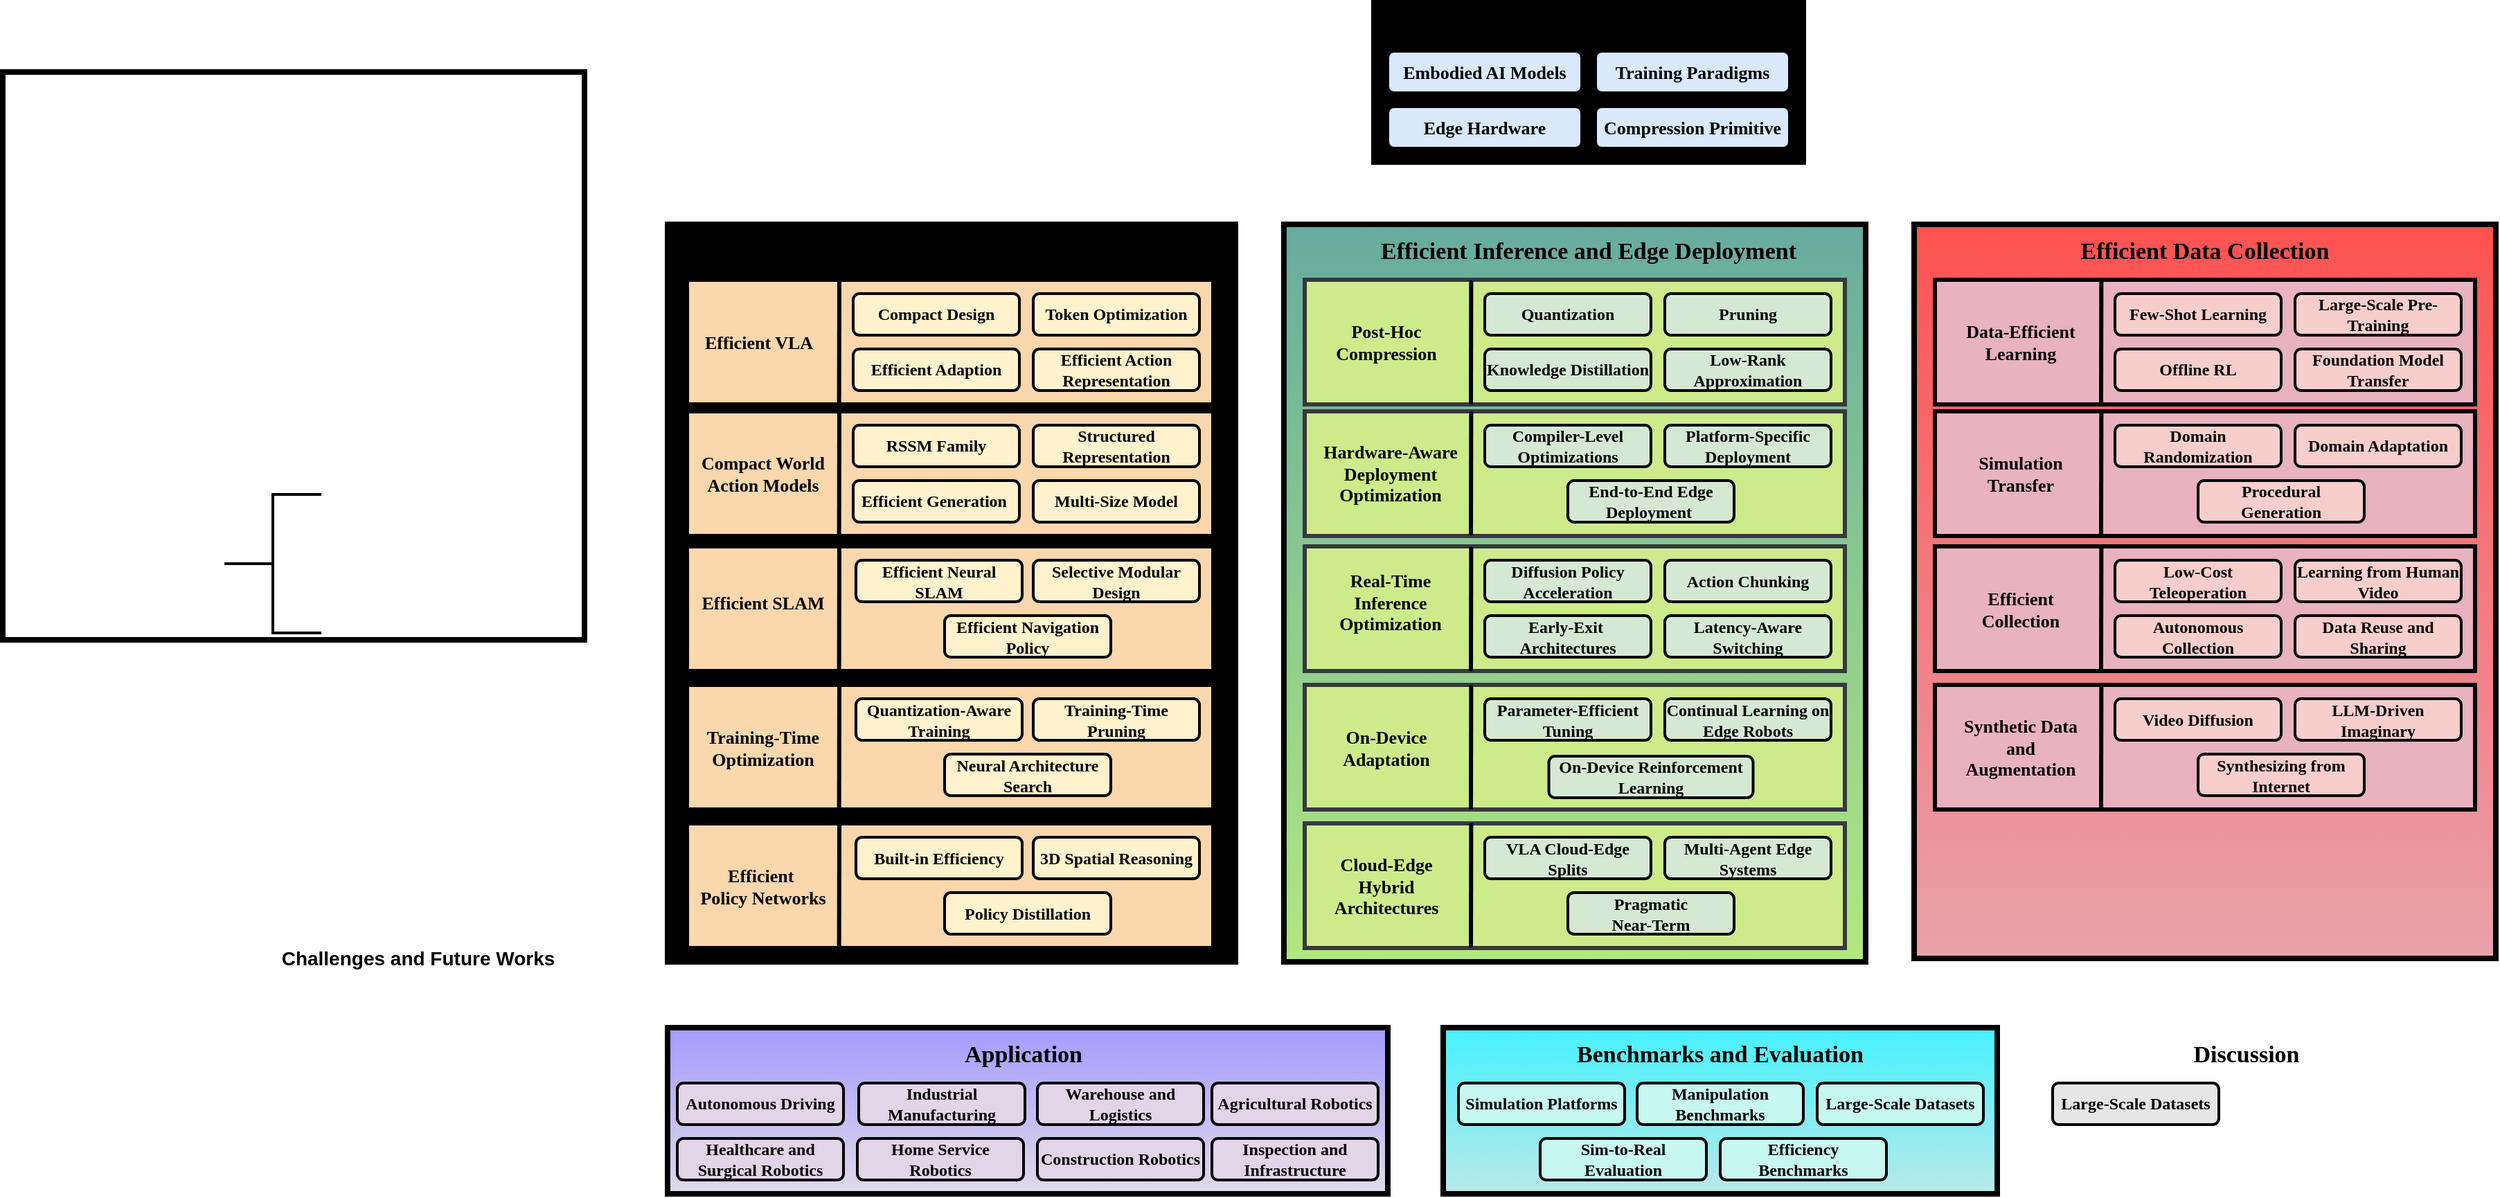
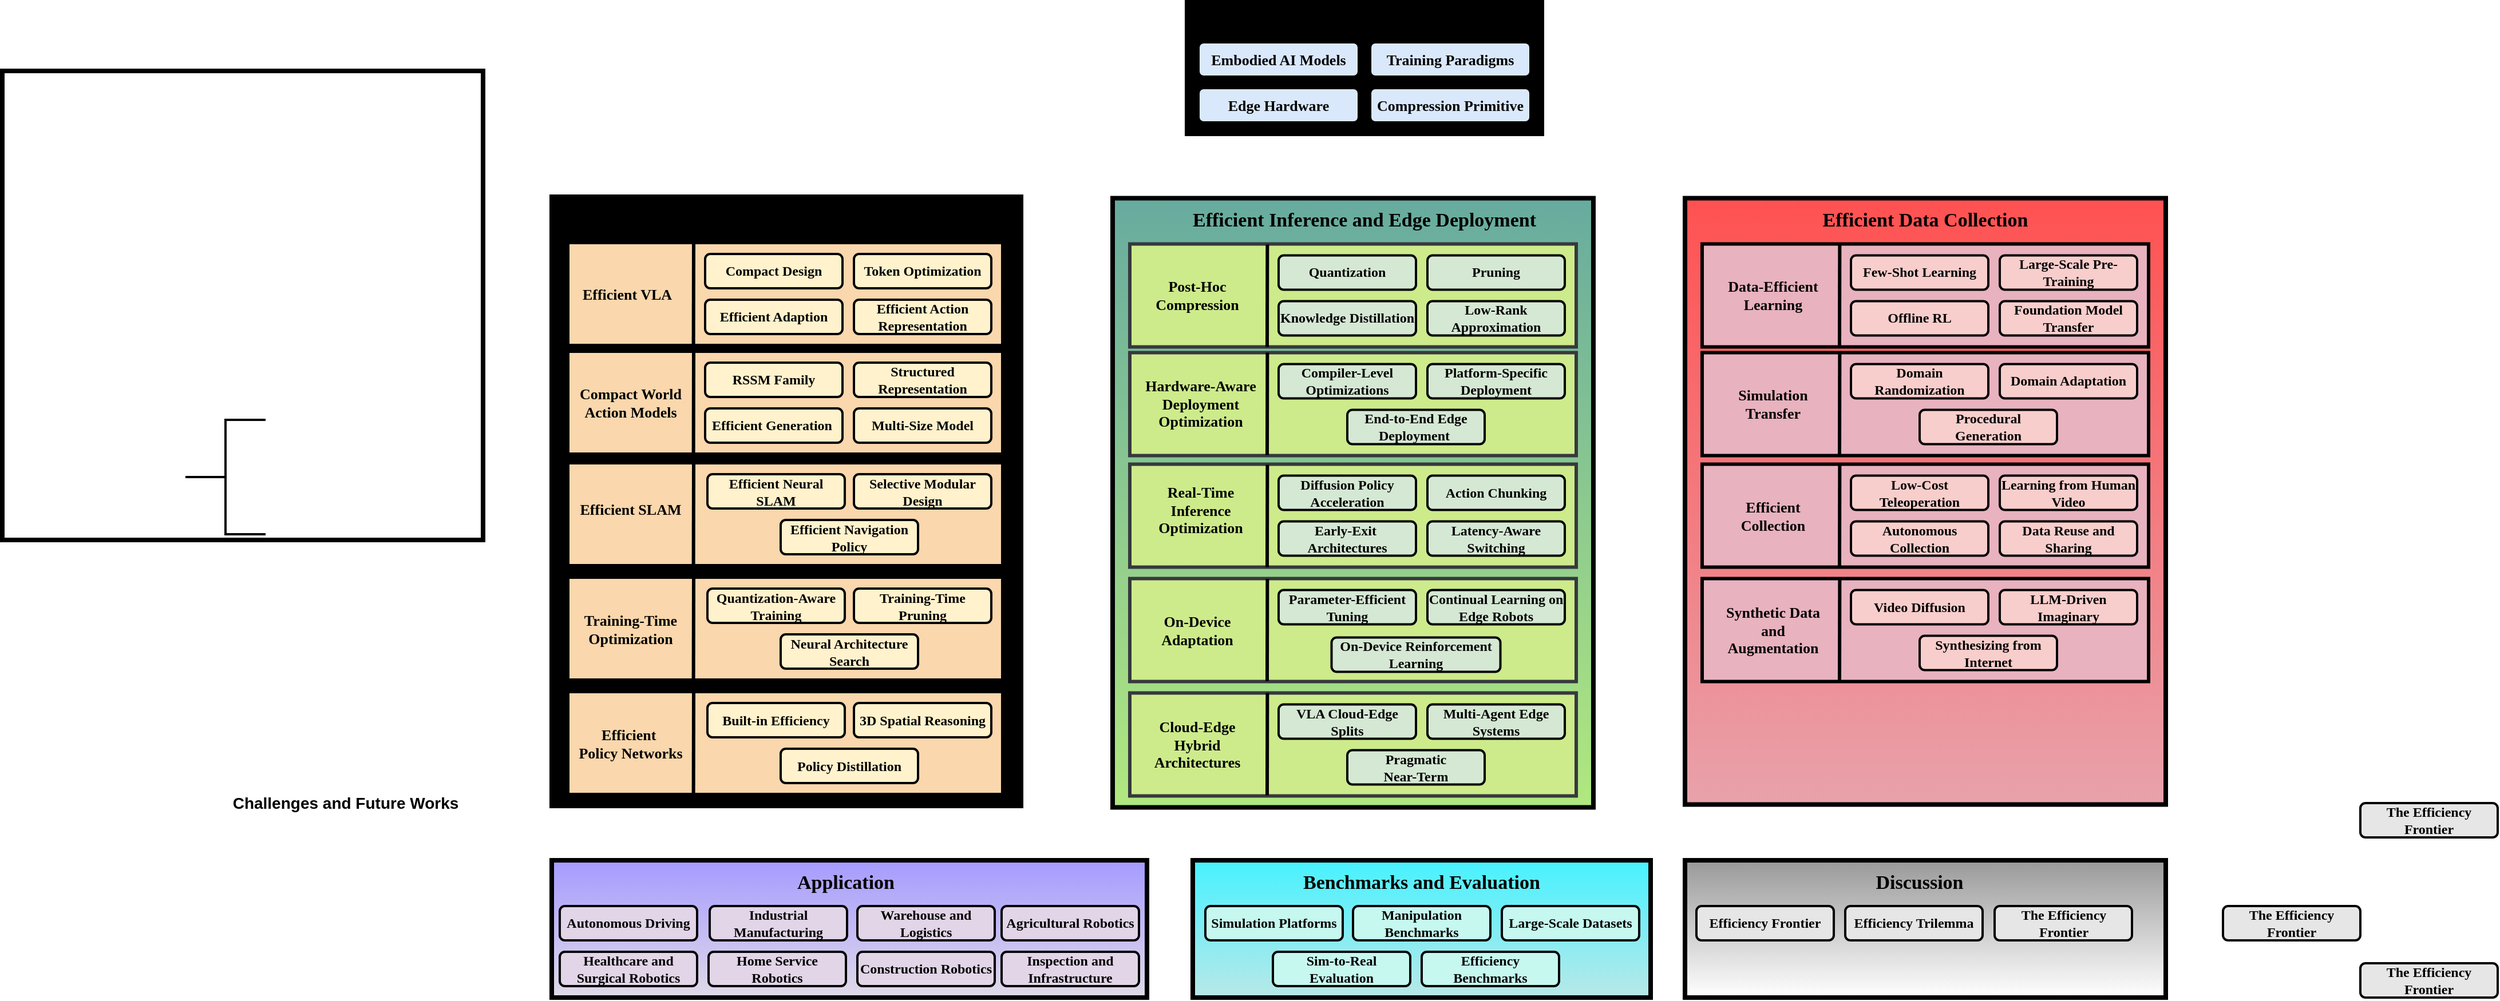
<mxfile host="app.diagrams.net">
  <diagram name="第 1 页" id="xv9Lnx2gyYwYQaEzt8dN">
    <mxGraphModel dx="2755" dy="985" grid="1" gridSize="10" guides="1" tooltips="1" connect="1" arrows="1" fold="1" page="1" pageScale="1" pageWidth="827" pageHeight="1169" math="0" shadow="0">
      <root>
        <mxCell id="0" />
        <mxCell id="1" parent="0" />
+         <mxCell id="HWx69ffex-x17Lno-qGl-84" parent="1" style="rounded=0;whiteSpace=wrap;html=1;strokeWidth=4;container=0;fillColor=#999999;gradientColor=#FFFFFF;strokeColor=#000000;" value="" vertex="1">
+           <mxGeometry height="120" width="420" x="850" y="780" as="geometry" />
+         </mxCell>
        <mxCell id="HWx69ffex-x17Lno-qGl-78" parent="1" style="rounded=0;whiteSpace=wrap;html=1;strokeWidth=4;container=0;fillColor=#47F2FF;gradientColor=#B9E8E8;strokeColor=#000000;" value="" vertex="1">
          <mxGeometry height="120" width="400" x="420" y="780" as="geometry" />
        </mxCell>
        <mxCell id="HWx69ffex-x17Lno-qGl-71" parent="1" style="rounded=0;whiteSpace=wrap;html=1;strokeWidth=4;container=0;fillColor=#A59BFF;gradientColor=#E0DAE8;strokeColor=#000000;" value="" vertex="1">
          <mxGeometry height="120" width="520" x="-140" y="780" as="geometry" />
        </mxCell>
        <mxCell id="HWx69ffex-x17Lno-qGl-58" parent="1" style="rounded=0;whiteSpace=wrap;html=1;strokeWidth=4;container=0;fillColor=#FF5151;gradientColor=#E8A2AB;strokeColor=#000000;" value="" vertex="1">
-           <mxGeometry height="530" width="420" x="760" y="200" as="geometry" />
+           <mxGeometry height="530" width="420" x="850" y="201.25" as="geometry" />
        </mxCell>
        <mxCell id="HWx69ffex-x17Lno-qGl-20" parent="1" style="rounded=0;whiteSpace=wrap;html=1;strokeWidth=4;container=0;fillColor=#67AB9F;gradientColor=#B1E87F;strokeColor=#000000;" value="" vertex="1">
-           <mxGeometry height="532.5" width="420" x="305" y="200" as="geometry" />
+           <mxGeometry height="532.5" width="420" x="350" y="201.25" as="geometry" />
        </mxCell>
        <mxCell id="P4z1W6zyqtdSm3awDH87-88" parent="1" style="rounded=0;whiteSpace=wrap;html=1;strokeWidth=4;" value="" vertex="1">
          <mxGeometry height="410" width="420" x="-620" y="90" as="geometry" />
        </mxCell>
        <mxCell id="mN9CjeCU7Y2PogCVv73L-14" parent="1" style="text;html=1;whiteSpace=wrap;strokeColor=none;fillColor=none;align=center;verticalAlign=middle;rounded=0;" value="&lt;font style=&quot;font-size: 17px;&quot; face=&quot;Comic Sans MS&quot;&gt;&lt;b style=&quot;&quot;&gt;Application&lt;/b&gt;&lt;/font&gt;" vertex="1">
          <mxGeometry height="20" width="260" x="-13" y="790" as="geometry" />
        </mxCell>
        <mxCell id="mN9CjeCU7Y2PogCVv73L-15" parent="1" style="text;html=1;whiteSpace=wrap;strokeColor=none;fillColor=none;align=center;verticalAlign=middle;rounded=0;" value="&lt;font style=&quot;font-size: 17px;&quot; face=&quot;Comic Sans MS&quot;&gt;&lt;b style=&quot;&quot;&gt;Benchmarks and Evaluation&lt;/b&gt;&lt;/font&gt;" vertex="1">
          <mxGeometry height="20" width="260" x="490" y="790" as="geometry" />
        </mxCell>
        <mxCell id="mN9CjeCU7Y2PogCVv73L-16" parent="1" style="text;html=1;whiteSpace=wrap;strokeColor=none;fillColor=none;align=center;verticalAlign=middle;rounded=0;" value="&lt;font face=&quot;Helvetica&quot; style=&quot;font-size: 14px;&quot;&gt;&lt;b style=&quot;&quot;&gt;Challenges and Future Works&lt;/b&gt;&lt;/font&gt;" vertex="1">
          <mxGeometry height="20" width="260" x="-450" y="720" as="geometry" />
        </mxCell>
        <mxCell id="mN9CjeCU7Y2PogCVv73L-17" parent="1" style="text;html=1;whiteSpace=wrap;strokeColor=none;fillColor=none;align=center;verticalAlign=middle;rounded=0;" value="&lt;font style=&quot;font-size: 17px;&quot; face=&quot;Comic Sans MS&quot;&gt;&lt;b style=&quot;&quot;&gt;Discussion&lt;/b&gt;&lt;/font&gt;" vertex="1">
-           <mxGeometry height="20" width="260" x="870" y="790" as="geometry" />
+           <mxGeometry height="20" width="260" x="925" y="790" as="geometry" />
        </mxCell>
        <mxCell id="mN9CjeCU7Y2PogCVv73L-18" parent="1" style="strokeWidth=2;html=1;shape=mxgraph.flowchart.annotation_2;align=left;labelPosition=right;pointerEvents=1;" value="" vertex="1">
          <mxGeometry height="100" width="70" x="-460" y="395" as="geometry" />
        </mxCell>
        <mxCell id="P4z1W6zyqtdSm3awDH87-52" connectable="0" parent="1" style="group;strokeColor=#000000;fillColor=#dae8fc;gradientColor=#7ea6e0;container=0;" value="" vertex="1">
-           <mxGeometry height="115" width="310" x="370" y="40" as="geometry" />
+           <mxGeometry height="115" width="310" x="415" y="30" as="geometry" />
        </mxCell>
        <mxCell id="P4z1W6zyqtdSm3awDH87-90" parent="1" style="rounded=0;whiteSpace=wrap;html=1;strokeWidth=3;fillColor=#cdeb8b;strokeColor=#36393d;" value="" vertex="1">
-           <mxGeometry height="90" width="390" x="320" y="240" as="geometry" />
+           <mxGeometry height="90" width="390" x="365" y="241.25" as="geometry" />
        </mxCell>
        <mxCell id="P4z1W6zyqtdSm3awDH87-91" edge="1" parent="1" style="endArrow=none;html=1;rounded=0;strokeWidth=3;entryX=0.289;entryY=0.995;entryDx=0;entryDy=0;entryPerimeter=0;" value="">
          <mxGeometry height="50" relative="1" width="50" as="geometry">
-             <mxPoint x="440.17999999999995" y="240.45" as="sourcePoint" />
-             <mxPoint x="439.9999999999999" y="330.00000000000006" as="targetPoint" />
+             <mxPoint x="485.17999999999995" y="241.7" as="sourcePoint" />
+             <mxPoint x="484.9999999999999" y="331.25000000000006" as="targetPoint" />
          </mxGeometry>
        </mxCell>
        <mxCell id="P4z1W6zyqtdSm3awDH87-11" parent="1" style="rounded=0;whiteSpace=wrap;html=1;strokeWidth=4;container=0;fillColor=light-dark(#e0ae0b, #6a3f00);gradientColor=light-dark(#FFE599,#B07303);strokeColor=#000000;" value="" vertex="1">
          <mxGeometry height="532.5" width="410" x="-140" y="200" as="geometry" />
        </mxCell>
        <mxCell id="P4z1W6zyqtdSm3awDH87-29" parent="1" style="rounded=0;whiteSpace=wrap;html=1;strokeWidth=3;container=0;fillColor=#fad7ac;strokeColor=#000000;" value="" vertex="1">
          <mxGeometry height="90" width="380" x="-126" y="240" as="geometry" />
        </mxCell>
        <mxCell id="mN9CjeCU7Y2PogCVv73L-10" parent="1" style="text;html=1;whiteSpace=wrap;strokeColor=none;fillColor=none;align=center;verticalAlign=middle;rounded=0;container=0;" value="&lt;font style=&quot;font-size: 17px;&quot; face=&quot;Comic Sans MS&quot;&gt;&lt;b style=&quot;&quot;&gt;Efficient Model Design&lt;/b&gt;&lt;/font&gt;" vertex="1">
          <mxGeometry height="20" width="200" x="-35" y="210" as="geometry" />
        </mxCell>
        <mxCell id="mN9CjeCU7Y2PogCVv73L-22" parent="1" style="rounded=1;whiteSpace=wrap;html=1;strokeWidth=2;container=0;fillColor=#fff2cc;strokeColor=#000000;" value="&lt;b&gt;&lt;font face=&quot;Comic Sans MS&quot;&gt;Compact Design&lt;/font&gt;&lt;/b&gt;" vertex="1">
          <mxGeometry height="30" width="120" x="-6" y="250" as="geometry" />
        </mxCell>
        <mxCell id="mN9CjeCU7Y2PogCVv73L-23" parent="1" style="rounded=1;whiteSpace=wrap;html=1;strokeWidth=2;container=0;fillColor=#fff2cc;strokeColor=#000000;" value="&lt;b&gt;&lt;font face=&quot;Comic Sans MS&quot;&gt;Efficient Adaption&lt;/font&gt;&lt;/b&gt;" vertex="1">
          <mxGeometry height="30" width="120" x="-6" y="290" as="geometry" />
        </mxCell>
        <mxCell id="mN9CjeCU7Y2PogCVv73L-24" parent="1" style="rounded=1;whiteSpace=wrap;html=1;strokeWidth=2;container=0;fillColor=#fff2cc;strokeColor=#000000;" value="&lt;font face=&quot;Comic Sans MS&quot;&gt;&lt;b&gt;Efficient Action Representation&lt;/b&gt;&lt;/font&gt;" vertex="1">
          <mxGeometry height="30" width="120" x="124" y="290" as="geometry" />
        </mxCell>
        <mxCell id="mN9CjeCU7Y2PogCVv73L-26" parent="1" style="rounded=1;whiteSpace=wrap;html=1;strokeWidth=2;container=0;fillColor=#fff2cc;strokeColor=#000000;" value="&lt;b&gt;&lt;font face=&quot;Comic Sans MS&quot;&gt;Token Optimization&lt;/font&gt;&lt;/b&gt;" vertex="1">
          <mxGeometry height="30" width="120" x="124" y="250" as="geometry" />
        </mxCell>
        <mxCell id="P4z1W6zyqtdSm3awDH87-30" parent="1" style="text;html=1;whiteSpace=wrap;strokeColor=none;fillColor=none;align=center;verticalAlign=middle;rounded=0;container=0;" value="&lt;b style=&quot;font-size: 13px;&quot;&gt;&lt;font face=&quot;Comic Sans MS&quot;&gt;Efficient VLA&lt;/font&gt;&lt;/b&gt;" vertex="1">
          <mxGeometry height="20" width="104" x="-126" y="275" as="geometry" />
        </mxCell>
        <mxCell id="P4z1W6zyqtdSm3awDH87-31" edge="1" parent="1" style="endArrow=none;html=1;rounded=0;strokeWidth=3;entryX=0.289;entryY=0.995;entryDx=0;entryDy=0;entryPerimeter=0;" target="P4z1W6zyqtdSm3awDH87-29" value="">
          <mxGeometry height="50" relative="1" width="50" as="geometry">
            <mxPoint x="-16" y="240" as="sourcePoint" />
            <mxPoint x="-16" y="280" as="targetPoint" />
          </mxGeometry>
        </mxCell>
        <mxCell id="P4z1W6zyqtdSm3awDH87-32" parent="1" style="rounded=0;whiteSpace=wrap;html=1;strokeWidth=3;container=0;fillColor=#fad7ac;strokeColor=#000000;" value="" vertex="1">
          <mxGeometry height="90" width="380" x="-126" y="335" as="geometry" />
        </mxCell>
        <mxCell id="P4z1W6zyqtdSm3awDH87-33" edge="1" parent="1" style="endArrow=none;html=1;rounded=0;strokeWidth=3;entryX=0.289;entryY=0.995;entryDx=0;entryDy=0;entryPerimeter=0;" target="P4z1W6zyqtdSm3awDH87-32" value="">
          <mxGeometry height="50" relative="1" width="50" as="geometry">
            <mxPoint x="-16" y="335" as="sourcePoint" />
            <mxPoint x="-16" y="375" as="targetPoint" />
          </mxGeometry>
        </mxCell>
        <mxCell id="P4z1W6zyqtdSm3awDH87-34" parent="1" style="text;html=1;whiteSpace=wrap;strokeColor=none;fillColor=none;align=center;verticalAlign=middle;rounded=0;container=0;" value="&lt;b style=&quot;font-size: 13px;&quot;&gt;&lt;font face=&quot;Comic Sans MS&quot;&gt;Compact World Action Models&lt;/font&gt;&lt;/b&gt;" vertex="1">
          <mxGeometry height="20" width="114" x="-128" y="370" as="geometry" />
        </mxCell>
        <mxCell id="mN9CjeCU7Y2PogCVv73L-30" parent="1" style="rounded=1;whiteSpace=wrap;html=1;strokeWidth=2;container=0;fillColor=#fff2cc;strokeColor=#000000;" value="&lt;b&gt;&lt;font face=&quot;Comic Sans MS&quot;&gt;RSSM Family&lt;/font&gt;&lt;/b&gt;" vertex="1">
          <mxGeometry height="30" width="120" x="-6" y="345" as="geometry" />
        </mxCell>
        <mxCell id="mN9CjeCU7Y2PogCVv73L-32" parent="1" style="rounded=1;whiteSpace=wrap;html=1;strokeWidth=2;container=0;fillColor=#fff2cc;strokeColor=#000000;" value="&lt;font face=&quot;Comic Sans MS&quot;&gt;&lt;b&gt;Efficient Generation&amp;nbsp;&lt;/b&gt;&lt;/font&gt;" vertex="1">
          <mxGeometry height="30" width="120" x="-6" y="385" as="geometry" />
        </mxCell>
        <mxCell id="mN9CjeCU7Y2PogCVv73L-33" parent="1" style="rounded=1;whiteSpace=wrap;html=1;strokeWidth=2;container=0;fillColor=#fff2cc;strokeColor=#000000;" value="&lt;b&gt;&lt;font face=&quot;Comic Sans MS&quot;&gt;Structured Representation&lt;/font&gt;&lt;/b&gt;" vertex="1">
          <mxGeometry height="30" width="120" x="124" y="345" as="geometry" />
        </mxCell>
        <mxCell id="P4z1W6zyqtdSm3awDH87-36" parent="1" style="rounded=1;whiteSpace=wrap;html=1;strokeWidth=2;container=0;fillColor=#fff2cc;strokeColor=#000000;" value="&lt;b&gt;&lt;font face=&quot;Comic Sans MS&quot;&gt;Multi-Size Model&lt;/font&gt;&lt;/b&gt;" vertex="1">
          <mxGeometry height="30" width="120" x="124" y="385" as="geometry" />
        </mxCell>
        <mxCell id="P4z1W6zyqtdSm3awDH87-37" parent="1" style="rounded=0;whiteSpace=wrap;html=1;strokeWidth=3;container=0;fillColor=#fad7ac;strokeColor=#000000;" value="" vertex="1">
          <mxGeometry height="90" width="380" x="-126" y="432.5" as="geometry" />
        </mxCell>
        <mxCell id="P4z1W6zyqtdSm3awDH87-38" edge="1" parent="1" style="endArrow=none;html=1;rounded=0;strokeWidth=3;entryX=0.289;entryY=0.995;entryDx=0;entryDy=0;entryPerimeter=0;" target="P4z1W6zyqtdSm3awDH87-37" value="">
          <mxGeometry height="50" relative="1" width="50" as="geometry">
            <mxPoint x="-16" y="432.5" as="sourcePoint" />
            <mxPoint x="-16" y="472.5" as="targetPoint" />
          </mxGeometry>
        </mxCell>
        <mxCell id="P4z1W6zyqtdSm3awDH87-44" parent="1" style="text;html=1;whiteSpace=wrap;strokeColor=none;fillColor=none;align=center;verticalAlign=middle;rounded=0;container=0;" value="&lt;b style=&quot;font-size: 13px;&quot;&gt;&lt;font face=&quot;Comic Sans MS&quot;&gt;Efficient SLAM&lt;/font&gt;&lt;/b&gt;" vertex="1">
          <mxGeometry height="20" width="114" x="-128" y="462.5" as="geometry" />
        </mxCell>
        <mxCell id="P4z1W6zyqtdSm3awDH87-19" parent="1" style="rounded=1;whiteSpace=wrap;html=1;strokeWidth=2;container=0;fillColor=#fff2cc;strokeColor=#000000;" value="&lt;b&gt;&lt;font face=&quot;Comic Sans MS&quot;&gt;Efficient Neural SLAM&lt;/font&gt;&lt;/b&gt;" vertex="1">
          <mxGeometry height="30" width="120" x="-4" y="442.5" as="geometry" />
        </mxCell>
        <mxCell id="P4z1W6zyqtdSm3awDH87-20" parent="1" style="rounded=1;whiteSpace=wrap;html=1;strokeWidth=2;container=0;fillColor=#fff2cc;strokeColor=#000000;" value="&lt;font face=&quot;Comic Sans MS&quot;&gt;&lt;b&gt;Selective Modular Design&lt;/b&gt;&lt;/font&gt;" vertex="1">
          <mxGeometry height="30" width="120" x="124" y="442.5" as="geometry" />
        </mxCell>
        <mxCell id="P4z1W6zyqtdSm3awDH87-21" parent="1" style="rounded=1;whiteSpace=wrap;html=1;strokeWidth=2;container=0;fillColor=#fff2cc;strokeColor=#000000;" value="&lt;font face=&quot;Comic Sans MS&quot;&gt;&lt;b&gt;Efficient Navigation Policy&lt;/b&gt;&lt;/font&gt;" vertex="1">
          <mxGeometry height="30" width="120" x="60" y="482.5" as="geometry" />
        </mxCell>
        <mxCell id="P4z1W6zyqtdSm3awDH87-45" parent="1" style="rounded=0;whiteSpace=wrap;html=1;strokeWidth=3;container=0;fillColor=#fad7ac;strokeColor=#000000;" value="" vertex="1">
          <mxGeometry height="90" width="380" x="-126" y="632.5" as="geometry" />
        </mxCell>
        <mxCell id="P4z1W6zyqtdSm3awDH87-46" edge="1" parent="1" style="endArrow=none;html=1;rounded=0;strokeWidth=3;entryX=0.289;entryY=0.995;entryDx=0;entryDy=0;entryPerimeter=0;" target="P4z1W6zyqtdSm3awDH87-45" value="">
          <mxGeometry height="50" relative="1" width="50" as="geometry">
            <mxPoint x="-16" y="632.5" as="sourcePoint" />
            <mxPoint x="-16" y="672.5" as="targetPoint" />
          </mxGeometry>
        </mxCell>
        <mxCell id="P4z1W6zyqtdSm3awDH87-47" parent="1" style="rounded=0;whiteSpace=wrap;html=1;strokeWidth=3;container=0;fillColor=#fad7ac;strokeColor=#000000;" value="" vertex="1">
          <mxGeometry height="90" width="380" x="-126" y="532.5" as="geometry" />
        </mxCell>
        <mxCell id="P4z1W6zyqtdSm3awDH87-48" edge="1" parent="1" style="endArrow=none;html=1;rounded=0;strokeWidth=3;entryX=0.289;entryY=0.995;entryDx=0;entryDy=0;entryPerimeter=0;" target="P4z1W6zyqtdSm3awDH87-47" value="">
          <mxGeometry height="50" relative="1" width="50" as="geometry">
            <mxPoint x="-16" y="532.5" as="sourcePoint" />
            <mxPoint x="-16" y="572.5" as="targetPoint" />
          </mxGeometry>
        </mxCell>
        <mxCell id="P4z1W6zyqtdSm3awDH87-25" parent="1" style="rounded=1;whiteSpace=wrap;html=1;strokeWidth=2;container=0;fillColor=#fff2cc;strokeColor=#000000;" value="&lt;font face=&quot;Comic Sans MS&quot;&gt;&lt;b&gt;Quantization-Aware Training&lt;/b&gt;&lt;/font&gt;" vertex="1">
          <mxGeometry height="30" width="120" x="-4" y="542.5" as="geometry" />
        </mxCell>
        <mxCell id="P4z1W6zyqtdSm3awDH87-26" parent="1" style="rounded=1;whiteSpace=wrap;html=1;strokeWidth=2;container=0;fillColor=#fff2cc;strokeColor=#000000;" value="&lt;font face=&quot;Comic Sans MS&quot;&gt;&lt;b&gt;Neural Architecture Search&lt;/b&gt;&lt;/font&gt;" vertex="1">
          <mxGeometry height="30" width="120" x="60" y="582.5" as="geometry" />
        </mxCell>
        <mxCell id="P4z1W6zyqtdSm3awDH87-27" parent="1" style="rounded=1;whiteSpace=wrap;html=1;strokeWidth=2;container=0;fillColor=#fff2cc;strokeColor=#000000;" value="&lt;font face=&quot;Comic Sans MS&quot;&gt;&lt;b&gt;Training-Time Pruning&lt;/b&gt;&lt;/font&gt;" vertex="1">
          <mxGeometry height="30" width="120" x="124" y="542.5" as="geometry" />
        </mxCell>
        <mxCell id="P4z1W6zyqtdSm3awDH87-4" parent="1" style="rounded=1;whiteSpace=wrap;html=1;strokeWidth=2;container=0;fillColor=#fff2cc;strokeColor=#000000;" value="&lt;b&gt;&lt;font face=&quot;Comic Sans MS&quot;&gt;3D Spatial Reasoning&lt;/font&gt;&lt;/b&gt;" vertex="1">
          <mxGeometry height="30" width="120" x="124" y="642.5" as="geometry" />
        </mxCell>
        <mxCell id="P4z1W6zyqtdSm3awDH87-6" parent="1" style="rounded=1;whiteSpace=wrap;html=1;strokeWidth=2;container=0;fillColor=#fff2cc;strokeColor=#000000;" value="&lt;font face=&quot;Comic Sans MS&quot;&gt;&lt;b&gt;Policy Distillation&lt;/b&gt;&lt;/font&gt;" vertex="1">
          <mxGeometry height="30" width="120" x="60" y="682.5" as="geometry" />
        </mxCell>
        <mxCell id="P4z1W6zyqtdSm3awDH87-7" parent="1" style="rounded=1;whiteSpace=wrap;html=1;strokeWidth=2;container=0;fillColor=#fff2cc;strokeColor=#000000;" value="&lt;font face=&quot;Comic Sans MS&quot;&gt;&lt;b&gt;Built-in Efficiency&lt;/b&gt;&lt;/font&gt;" vertex="1">
          <mxGeometry height="30" width="120" x="-4" y="642.5" as="geometry" />
        </mxCell>
        <mxCell id="P4z1W6zyqtdSm3awDH87-49" parent="1" style="text;html=1;whiteSpace=wrap;strokeColor=none;fillColor=none;align=center;verticalAlign=middle;rounded=0;container=0;" value="&lt;b style=&quot;font-size: 13px;&quot;&gt;&lt;font face=&quot;Comic Sans MS&quot;&gt;Training-Time Optimization&lt;/font&gt;&lt;/b&gt;" vertex="1">
          <mxGeometry height="20" width="114" x="-128" y="567.5" as="geometry" />
        </mxCell>
        <mxCell id="P4z1W6zyqtdSm3awDH87-50" parent="1" style="text;html=1;whiteSpace=wrap;strokeColor=none;fillColor=none;align=center;verticalAlign=middle;rounded=0;container=0;" value="&lt;b style=&quot;font-size: 13px;&quot;&gt;&lt;font face=&quot;Comic Sans MS&quot;&gt;Efficient&amp;nbsp;&lt;/font&gt;&lt;/b&gt;&lt;div&gt;&lt;b style=&quot;font-size: 13px;&quot;&gt;&lt;font face=&quot;Comic Sans MS&quot;&gt;Policy Networks&lt;/font&gt;&lt;/b&gt;&lt;/div&gt;" vertex="1">
          <mxGeometry height="20" width="114" x="-128" y="667.5" as="geometry" />
        </mxCell>
        <mxCell id="P4z1W6zyqtdSm3awDH87-92" parent="1" style="text;html=1;whiteSpace=wrap;strokeColor=none;fillColor=none;align=center;verticalAlign=middle;rounded=0;container=0;" value="&lt;b style=&quot;font-size: 13px;&quot;&gt;&lt;font face=&quot;Comic Sans MS&quot;&gt;Post-Hoc Compression&lt;/font&gt;&lt;/b&gt;" vertex="1">
-           <mxGeometry height="20" width="104" x="327" y="275" as="geometry" />
+           <mxGeometry height="20" width="104" x="372" y="276.25" as="geometry" />
        </mxCell>
        <mxCell id="P4z1W6zyqtdSm3awDH87-93" parent="1" style="rounded=1;whiteSpace=wrap;html=1;strokeWidth=2;container=0;fillColor=#d5e8d4;strokeColor=#000000;" value="&lt;b&gt;&lt;font face=&quot;Comic Sans MS&quot;&gt;Quantization&lt;/font&gt;&lt;/b&gt;" vertex="1">
-           <mxGeometry height="30" width="120" x="450" y="250" as="geometry" />
+           <mxGeometry height="30" width="120" x="495" y="251.25" as="geometry" />
        </mxCell>
        <mxCell id="P4z1W6zyqtdSm3awDH87-94" parent="1" style="rounded=1;whiteSpace=wrap;html=1;strokeWidth=2;container=0;fillColor=#d5e8d4;strokeColor=#000000;" value="&lt;b&gt;&lt;font face=&quot;Comic Sans MS&quot;&gt;Pruning&lt;/font&gt;&lt;/b&gt;" vertex="1">
-           <mxGeometry height="30" width="120" x="580" y="250" as="geometry" />
+           <mxGeometry height="30" width="120" x="625" y="251.25" as="geometry" />
        </mxCell>
        <mxCell id="P4z1W6zyqtdSm3awDH87-95" parent="1" style="rounded=1;whiteSpace=wrap;html=1;strokeWidth=2;container=0;fillColor=#d5e8d4;strokeColor=#000000;" value="&lt;font face=&quot;Comic Sans MS&quot;&gt;&lt;b&gt;Knowledge Distillation&lt;/b&gt;&lt;/font&gt;" vertex="1">
-           <mxGeometry height="30" width="120" x="450" y="290" as="geometry" />
+           <mxGeometry height="30" width="120" x="495" y="291.25" as="geometry" />
        </mxCell>
        <mxCell id="P4z1W6zyqtdSm3awDH87-96" parent="1" style="rounded=1;whiteSpace=wrap;html=1;strokeWidth=2;container=0;fillColor=#d5e8d4;strokeColor=#000000;" value="&lt;font face=&quot;Comic Sans MS&quot;&gt;&lt;b&gt;Low-Rank Approximation&lt;/b&gt;&lt;/font&gt;" vertex="1">
-           <mxGeometry height="30" width="120" x="580" y="290" as="geometry" />
+           <mxGeometry height="30" width="120" x="625" y="291.25" as="geometry" />
        </mxCell>
        <mxCell id="P4z1W6zyqtdSm3awDH87-97" parent="1" style="rounded=0;whiteSpace=wrap;html=1;strokeWidth=3;fillColor=#cdeb8b;strokeColor=#36393d;" value="" vertex="1">
-           <mxGeometry height="90" width="390" x="320" y="335" as="geometry" />
+           <mxGeometry height="90" width="390" x="365" y="336.25" as="geometry" />
        </mxCell>
        <mxCell id="P4z1W6zyqtdSm3awDH87-99" parent="1" style="rounded=0;whiteSpace=wrap;html=1;strokeWidth=3;fillColor=#cdeb8b;strokeColor=#36393d;" value="" vertex="1">
-           <mxGeometry height="90" width="390" x="320" y="432.5" as="geometry" />
+           <mxGeometry height="90" width="390" x="365" y="433.75" as="geometry" />
        </mxCell>
        <mxCell id="P4z1W6zyqtdSm3awDH87-101" parent="1" style="rounded=0;whiteSpace=wrap;html=1;strokeWidth=3;fillColor=#cdeb8b;strokeColor=#36393d;" value="" vertex="1">
-           <mxGeometry height="90" width="390" x="320" y="532.5" as="geometry" />
+           <mxGeometry height="90" width="390" x="365" y="533.75" as="geometry" />
        </mxCell>
        <mxCell id="P4z1W6zyqtdSm3awDH87-103" parent="1" style="rounded=0;whiteSpace=wrap;html=1;strokeWidth=3;fillColor=#cdeb8b;strokeColor=#36393d;" value="" vertex="1">
-           <mxGeometry height="90" width="390" x="320" y="632.5" as="geometry" />
+           <mxGeometry height="90" width="390" x="365" y="633.75" as="geometry" />
        </mxCell>
        <mxCell id="P4z1W6zyqtdSm3awDH87-105" parent="1" style="text;html=1;whiteSpace=wrap;strokeColor=none;fillColor=none;align=center;verticalAlign=middle;rounded=0;container=0;" value="&lt;font face=&quot;Comic Sans MS&quot;&gt;&lt;span style=&quot;font-size: 13px;&quot;&gt;&lt;b&gt;Hardware-Aware Deployment Optimization&lt;/b&gt;&lt;/span&gt;&lt;/font&gt;" vertex="1">
-           <mxGeometry height="20" width="110" x="327" y="370" as="geometry" />
+           <mxGeometry height="20" width="110" x="372" y="371.25" as="geometry" />
        </mxCell>
        <mxCell id="P4z1W6zyqtdSm3awDH87-106" edge="1" parent="1" style="endArrow=none;html=1;rounded=0;strokeWidth=3;entryX=0.289;entryY=0.995;entryDx=0;entryDy=0;entryPerimeter=0;" value="">
          <mxGeometry height="50" relative="1" width="50" as="geometry">
-             <mxPoint x="440.18000000000006" y="335" as="sourcePoint" />
-             <mxPoint x="440" y="424.55000000000007" as="targetPoint" />
+             <mxPoint x="485.18000000000006" y="336.25" as="sourcePoint" />
+             <mxPoint x="485" y="425.80000000000007" as="targetPoint" />
          </mxGeometry>
        </mxCell>
        <mxCell id="P4z1W6zyqtdSm3awDH87-107" edge="1" parent="1" style="endArrow=none;html=1;rounded=0;strokeWidth=3;entryX=0.289;entryY=0.995;entryDx=0;entryDy=0;entryPerimeter=0;" value="">
          <mxGeometry height="50" relative="1" width="50" as="geometry">
-             <mxPoint x="440.18000000000006" y="432.95" as="sourcePoint" />
-             <mxPoint x="440" y="522.5000000000001" as="targetPoint" />
+             <mxPoint x="485.18000000000006" y="434.2" as="sourcePoint" />
+             <mxPoint x="485" y="523.7500000000001" as="targetPoint" />
          </mxGeometry>
        </mxCell>
        <mxCell id="P4z1W6zyqtdSm3awDH87-108" edge="1" parent="1" style="endArrow=none;html=1;rounded=0;strokeWidth=3;entryX=0.289;entryY=0.995;entryDx=0;entryDy=0;entryPerimeter=0;" value="">
          <mxGeometry height="50" relative="1" width="50" as="geometry">
-             <mxPoint x="440.18000000000006" y="532.72" as="sourcePoint" />
-             <mxPoint x="440" y="622.2700000000001" as="targetPoint" />
+             <mxPoint x="485.18000000000006" y="533.97" as="sourcePoint" />
+             <mxPoint x="485" y="623.5200000000001" as="targetPoint" />
          </mxGeometry>
        </mxCell>
        <mxCell id="P4z1W6zyqtdSm3awDH87-109" edge="1" parent="1" style="endArrow=none;html=1;rounded=0;strokeWidth=3;entryX=0.289;entryY=0.995;entryDx=0;entryDy=0;entryPerimeter=0;" value="">
          <mxGeometry height="50" relative="1" width="50" as="geometry">
-             <mxPoint x="440.18000000000006" y="632.5" as="sourcePoint" />
-             <mxPoint x="440" y="722.0500000000001" as="targetPoint" />
+             <mxPoint x="485.18000000000006" y="633.75" as="sourcePoint" />
+             <mxPoint x="485" y="723.3000000000001" as="targetPoint" />
          </mxGeometry>
        </mxCell>
        <mxCell id="P4z1W6zyqtdSm3awDH87-110" parent="1" style="rounded=1;whiteSpace=wrap;html=1;strokeWidth=2;container=0;fillColor=#d5e8d4;strokeColor=#000000;" value="&lt;font face=&quot;Comic Sans MS&quot;&gt;&lt;b&gt;Compiler-Level Optimizations&lt;/b&gt;&lt;/font&gt;" vertex="1">
-           <mxGeometry height="30" width="120" x="450" y="345" as="geometry" />
+           <mxGeometry height="30" width="120" x="495" y="346.25" as="geometry" />
        </mxCell>
        <mxCell id="P4z1W6zyqtdSm3awDH87-111" parent="1" style="rounded=1;whiteSpace=wrap;html=1;strokeWidth=2;container=0;fillColor=#d5e8d4;strokeColor=#000000;" value="&lt;font face=&quot;Comic Sans MS&quot;&gt;&lt;b&gt;Platform-Specific Deployment&lt;/b&gt;&lt;/font&gt;" vertex="1">
-           <mxGeometry height="30" width="120" x="580" y="345" as="geometry" />
+           <mxGeometry height="30" width="120" x="625" y="346.25" as="geometry" />
        </mxCell>
        <mxCell id="P4z1W6zyqtdSm3awDH87-112" parent="1" style="rounded=1;whiteSpace=wrap;html=1;strokeWidth=2;container=0;fillColor=#d5e8d4;strokeColor=#000000;" value="&lt;font face=&quot;Comic Sans MS&quot;&gt;&lt;b&gt;End-to-End Edge Deployment&amp;nbsp;&lt;/b&gt;&lt;/font&gt;" vertex="1">
-           <mxGeometry height="30" width="120" x="510" y="385" as="geometry" />
+           <mxGeometry height="30" width="120" x="555" y="386.25" as="geometry" />
        </mxCell>
        <mxCell id="P4z1W6zyqtdSm3awDH87-113" parent="1" style="text;html=1;whiteSpace=wrap;strokeColor=none;fillColor=none;align=center;verticalAlign=middle;rounded=0;container=0;" value="&lt;font face=&quot;Comic Sans MS&quot;&gt;&lt;span style=&quot;font-size: 13px;&quot;&gt;&lt;b&gt;Real-Time Inference Optimization&lt;/b&gt;&lt;/span&gt;&lt;/font&gt;" vertex="1">
-           <mxGeometry height="20" width="104" x="330" y="462.5" as="geometry" />
+           <mxGeometry height="20" width="104" x="375" y="463.75" as="geometry" />
        </mxCell>
        <mxCell id="HWx69ffex-x17Lno-qGl-1" parent="1" style="rounded=1;whiteSpace=wrap;html=1;strokeWidth=2;container=0;fillColor=#d5e8d4;strokeColor=#000000;" value="&lt;font face=&quot;Comic Sans MS&quot;&gt;&lt;b&gt;Diffusion Policy Acceleration&lt;/b&gt;&lt;/font&gt;" vertex="1">
-           <mxGeometry height="30" width="120" x="450" y="442.5" as="geometry" />
+           <mxGeometry height="30" width="120" x="495" y="443.75" as="geometry" />
        </mxCell>
        <mxCell id="HWx69ffex-x17Lno-qGl-3" parent="1" style="rounded=1;whiteSpace=wrap;html=1;strokeWidth=2;container=0;fillColor=#d5e8d4;strokeColor=#000000;" value="&lt;font face=&quot;Comic Sans MS&quot;&gt;&lt;b&gt;Action Chunking&lt;/b&gt;&lt;/font&gt;" vertex="1">
-           <mxGeometry height="30" width="120" x="580" y="442.5" as="geometry" />
+           <mxGeometry height="30" width="120" x="625" y="443.75" as="geometry" />
        </mxCell>
        <mxCell id="HWx69ffex-x17Lno-qGl-4" parent="1" style="rounded=1;whiteSpace=wrap;html=1;strokeWidth=2;container=0;fillColor=#d5e8d4;strokeColor=#000000;" value="&lt;font face=&quot;Comic Sans MS&quot;&gt;&lt;b&gt;Latency-Aware Switching&lt;/b&gt;&lt;/font&gt;" vertex="1">
-           <mxGeometry height="30" width="120" x="580" y="482.5" as="geometry" />
+           <mxGeometry height="30" width="120" x="625" y="483.75" as="geometry" />
        </mxCell>
        <mxCell id="HWx69ffex-x17Lno-qGl-5" parent="1" style="rounded=1;whiteSpace=wrap;html=1;strokeWidth=2;container=0;fillColor=#d5e8d4;strokeColor=#000000;" value="&lt;font face=&quot;Comic Sans MS&quot;&gt;&lt;b&gt;Early-Exit&amp;nbsp; Architectures&lt;/b&gt;&lt;/font&gt;" vertex="1">
-           <mxGeometry height="30" width="120" x="450" y="482.5" as="geometry" />
+           <mxGeometry height="30" width="120" x="495" y="483.75" as="geometry" />
        </mxCell>
        <mxCell id="P4z1W6zyqtdSm3awDH87-12" parent="1" style="rounded=0;whiteSpace=wrap;html=1;strokeWidth=4;fillColor=light-dark(#7ea6e0, #1d293b);gradientColor=light-dark(#dae8fc, #436697);strokeColor=#000000;container=0;" value="" vertex="1">
-           <mxGeometry height="115" width="310" x="370" y="40" as="geometry" />
+           <mxGeometry height="115" width="310" x="415" y="30" as="geometry" />
        </mxCell>
        <mxCell id="mN9CjeCU7Y2PogCVv73L-6" parent="1" style="rounded=1;whiteSpace=wrap;html=1;strokeWidth=2;fillColor=#dae8fc;strokeColor=#000000;container=0;" value="&lt;font style=&quot;font-size: 13px;&quot; face=&quot;Comic Sans MS&quot;&gt;&lt;b style=&quot;&quot;&gt;Training Paradigms&lt;/b&gt;&lt;/font&gt;" vertex="1">
-           <mxGeometry height="30" width="140" x="530" y="75" as="geometry" />
+           <mxGeometry height="30" width="140" x="575" y="65" as="geometry" />
        </mxCell>
        <mxCell id="mN9CjeCU7Y2PogCVv73L-5" parent="1" style="rounded=1;whiteSpace=wrap;html=1;strokeWidth=2;fillColor=#dae8fc;strokeColor=#000000;container=0;" value="&lt;font style=&quot;font-size: 13px;&quot; face=&quot;Comic Sans MS&quot;&gt;&lt;b style=&quot;&quot;&gt;Edge Hardware&lt;/b&gt;&lt;/font&gt;" vertex="1">
-           <mxGeometry height="30" width="140" x="380" y="115" as="geometry" />
+           <mxGeometry height="30" width="140" x="425" y="105" as="geometry" />
        </mxCell>
        <mxCell id="mN9CjeCU7Y2PogCVv73L-8" parent="1" style="rounded=1;whiteSpace=wrap;html=1;strokeWidth=2;fillColor=#dae8fc;strokeColor=#000000;container=0;" value="&lt;font style=&quot;font-size: 13px;&quot; face=&quot;Comic Sans MS&quot;&gt;&lt;b style=&quot;&quot;&gt;Compression Primitive&lt;/b&gt;&lt;/font&gt;" vertex="1">
-           <mxGeometry height="30" width="140" x="530" y="115" as="geometry" />
+           <mxGeometry height="30" width="140" x="575" y="105" as="geometry" />
        </mxCell>
        <mxCell id="mN9CjeCU7Y2PogCVv73L-4" parent="1" style="rounded=1;whiteSpace=wrap;html=1;strokeWidth=2;fillColor=#dae8fc;strokeColor=#000000;container=0;" value="&lt;font style=&quot;font-size: 13px;&quot; face=&quot;Comic Sans MS&quot;&gt;&lt;b style=&quot;&quot;&gt;Embodied AI Models&lt;/b&gt;&lt;/font&gt;" vertex="1">
-           <mxGeometry height="30" width="140" x="380" y="75" as="geometry" />
+           <mxGeometry height="30" width="140" x="425" y="65" as="geometry" />
        </mxCell>
        <mxCell id="mN9CjeCU7Y2PogCVv73L-2" parent="1" style="text;html=1;whiteSpace=wrap;strokeColor=none;fillColor=none;align=center;verticalAlign=middle;rounded=0;container=0;" value="&lt;font style=&quot;font-size: 17px;&quot; face=&quot;Comic Sans MS&quot;&gt;&lt;b style=&quot;&quot;&gt;Background and Preliminaries&lt;/b&gt;&lt;/font&gt;" vertex="1">
-           <mxGeometry height="20" width="275" x="395" y="45" as="geometry" />
+           <mxGeometry height="20" width="275" x="440" y="35" as="geometry" />
        </mxCell>
        <mxCell id="HWx69ffex-x17Lno-qGl-7" parent="1" style="text;html=1;whiteSpace=wrap;strokeColor=none;fillColor=none;align=center;verticalAlign=middle;rounded=0;container=0;" value="&lt;font face=&quot;Comic Sans MS&quot;&gt;&lt;span style=&quot;font-size: 13px;&quot;&gt;&lt;b&gt;On-Device Adaptation&lt;/b&gt;&lt;/span&gt;&lt;/font&gt;" vertex="1">
-           <mxGeometry height="20" width="104" x="327" y="567.5" as="geometry" />
+           <mxGeometry height="20" width="104" x="372" y="568.75" as="geometry" />
        </mxCell>
        <mxCell id="HWx69ffex-x17Lno-qGl-8" parent="1" style="rounded=1;whiteSpace=wrap;html=1;strokeWidth=2;container=0;fillColor=#d5e8d4;strokeColor=#000000;" value="&lt;font face=&quot;Comic Sans MS&quot;&gt;&lt;b&gt;Parameter-Efficient Tuning&lt;/b&gt;&lt;/font&gt;" vertex="1">
-           <mxGeometry height="30" width="120" x="450" y="542.5" as="geometry" />
+           <mxGeometry height="30" width="120" x="495" y="543.75" as="geometry" />
        </mxCell>
        <mxCell id="HWx69ffex-x17Lno-qGl-9" parent="1" style="rounded=1;whiteSpace=wrap;html=1;strokeWidth=2;container=0;fillColor=#d5e8d4;strokeColor=#000000;" value="&lt;font face=&quot;Comic Sans MS&quot;&gt;&lt;b&gt;On-Device Reinforcement Learning&lt;/b&gt;&lt;/font&gt;" vertex="1">
-           <mxGeometry height="30" width="147.5" x="496.25" y="584" as="geometry" />
+           <mxGeometry height="30" width="147.5" x="541.25" y="585.25" as="geometry" />
        </mxCell>
        <mxCell id="HWx69ffex-x17Lno-qGl-10" parent="1" style="rounded=1;whiteSpace=wrap;html=1;strokeWidth=2;container=0;fillColor=#d5e8d4;strokeColor=#000000;" value="&lt;font face=&quot;Comic Sans MS&quot;&gt;&lt;b&gt;Continual Learning on Edge Robots&lt;/b&gt;&lt;/font&gt;" vertex="1">
-           <mxGeometry height="30" width="120" x="580" y="542.5" as="geometry" />
+           <mxGeometry height="30" width="120" x="625" y="543.75" as="geometry" />
        </mxCell>
        <mxCell id="HWx69ffex-x17Lno-qGl-13" parent="1" style="text;html=1;whiteSpace=wrap;strokeColor=none;fillColor=none;align=center;verticalAlign=middle;rounded=0;container=0;" value="&lt;font face=&quot;Comic Sans MS&quot;&gt;&lt;span style=&quot;font-size: 13px;&quot;&gt;&lt;b&gt;Cloud-Edge Hybrid Architectures&lt;/b&gt;&lt;/span&gt;&lt;/font&gt;" vertex="1">
-           <mxGeometry height="20" width="104" x="327" y="667.5" as="geometry" />
+           <mxGeometry height="20" width="104" x="372" y="668.75" as="geometry" />
        </mxCell>
        <mxCell id="HWx69ffex-x17Lno-qGl-16" parent="1" style="rounded=1;whiteSpace=wrap;html=1;strokeWidth=2;container=0;fillColor=#d5e8d4;strokeColor=#000000;" value="&lt;font face=&quot;Comic Sans MS&quot;&gt;&lt;b&gt;VLA Cloud-Edge Splits&lt;/b&gt;&lt;/font&gt;" vertex="1">
-           <mxGeometry height="30" width="120" x="450" y="642.5" as="geometry" />
+           <mxGeometry height="30" width="120" x="495" y="643.75" as="geometry" />
        </mxCell>
        <mxCell id="HWx69ffex-x17Lno-qGl-17" parent="1" style="rounded=1;whiteSpace=wrap;html=1;strokeWidth=2;container=0;fillColor=#d5e8d4;strokeColor=#000000;" value="&lt;font face=&quot;Comic Sans MS&quot;&gt;&lt;b&gt;Multi-Agent Edge Systems&lt;/b&gt;&lt;/font&gt;" vertex="1">
-           <mxGeometry height="30" width="120" x="580" y="642.5" as="geometry" />
+           <mxGeometry height="30" width="120" x="625" y="643.75" as="geometry" />
        </mxCell>
        <mxCell id="HWx69ffex-x17Lno-qGl-18" parent="1" style="rounded=1;whiteSpace=wrap;html=1;strokeWidth=2;container=0;fillColor=#d5e8d4;strokeColor=#000000;" value="&lt;font face=&quot;Comic Sans MS&quot;&gt;&lt;b&gt;Pragmatic&lt;/b&gt;&lt;/font&gt;&lt;div&gt;&lt;font face=&quot;Comic Sans MS&quot;&gt;&lt;b&gt;Near-Term&lt;/b&gt;&lt;/font&gt;&lt;/div&gt;" vertex="1">
-           <mxGeometry height="30" width="120" x="510" y="682.5" as="geometry" />
+           <mxGeometry height="30" width="120" x="555" y="683.75" as="geometry" />
        </mxCell>
        <mxCell id="HWx69ffex-x17Lno-qGl-21" parent="1" style="text;html=1;whiteSpace=wrap;strokeColor=none;fillColor=none;align=center;verticalAlign=middle;rounded=0;container=0;" value="&lt;font style=&quot;font-size: 17px;&quot; face=&quot;Comic Sans MS&quot;&gt;&lt;b style=&quot;&quot;&gt;Efficient Inference and Edge Deployment&lt;/b&gt;&lt;/font&gt;" vertex="1">
-           <mxGeometry height="20" width="350" x="350" y="210" as="geometry" />
+           <mxGeometry height="20" width="350" x="395" y="211.25" as="geometry" />
        </mxCell>
        <mxCell id="HWx69ffex-x17Lno-qGl-22" parent="1" style="text;html=1;whiteSpace=wrap;strokeColor=none;fillColor=none;align=center;verticalAlign=middle;rounded=0;" value="&lt;font style=&quot;font-size: 17px;&quot; face=&quot;Comic Sans MS&quot;&gt;&lt;b style=&quot;&quot;&gt;Efficient Data Collection&lt;/b&gt;&lt;/font&gt;" vertex="1">
-           <mxGeometry height="20" width="260" x="840" y="210" as="geometry" />
+           <mxGeometry height="20" width="260" x="930" y="211.25" as="geometry" />
        </mxCell>
        <mxCell id="HWx69ffex-x17Lno-qGl-23" parent="1" style="rounded=0;whiteSpace=wrap;html=1;strokeWidth=3;fillColor=#E8B2BF;strokeColor=#000000;" value="" vertex="1">
-           <mxGeometry height="90" width="390" x="775" y="240" as="geometry" />
+           <mxGeometry height="90" width="390" x="865" y="241.25" as="geometry" />
        </mxCell>
        <mxCell id="HWx69ffex-x17Lno-qGl-24" edge="1" parent="1" style="endArrow=none;html=1;rounded=0;strokeWidth=3;entryX=0.289;entryY=0.995;entryDx=0;entryDy=0;entryPerimeter=0;" value="">
          <mxGeometry height="50" relative="1" width="50" as="geometry">
-             <mxPoint x="895.1799999999998" y="240.45" as="sourcePoint" />
-             <mxPoint x="895" y="330.00000000000006" as="targetPoint" />
+             <mxPoint x="985.1799999999998" y="241.7" as="sourcePoint" />
+             <mxPoint x="985" y="331.25000000000006" as="targetPoint" />
          </mxGeometry>
        </mxCell>
        <mxCell id="HWx69ffex-x17Lno-qGl-25" parent="1" style="rounded=0;whiteSpace=wrap;html=1;strokeWidth=3;fillColor=light-dark(#e8b2bf, #ededed);" value="" vertex="1">
-           <mxGeometry height="90" width="390" x="775" y="432.5" as="geometry" />
+           <mxGeometry height="90" width="390" x="865" y="433.75" as="geometry" />
        </mxCell>
        <mxCell id="HWx69ffex-x17Lno-qGl-26" edge="1" parent="1" style="endArrow=none;html=1;rounded=0;strokeWidth=3;entryX=0.289;entryY=0.995;entryDx=0;entryDy=0;entryPerimeter=0;" value="">
          <mxGeometry height="50" relative="1" width="50" as="geometry">
-             <mxPoint x="895.1799999999998" y="432.95" as="sourcePoint" />
-             <mxPoint x="895" y="522.5" as="targetPoint" />
+             <mxPoint x="985.1799999999998" y="434.2" as="sourcePoint" />
+             <mxPoint x="985" y="523.75" as="targetPoint" />
          </mxGeometry>
        </mxCell>
        <mxCell id="HWx69ffex-x17Lno-qGl-27" parent="1" style="rounded=0;whiteSpace=wrap;html=1;strokeWidth=3;fillColor=light-dark(#e8b2bf, #ededed);" value="" vertex="1">
-           <mxGeometry height="90" width="390" x="775" y="335" as="geometry" />
+           <mxGeometry height="90" width="390" x="865" y="336.25" as="geometry" />
        </mxCell>
        <mxCell id="HWx69ffex-x17Lno-qGl-28" edge="1" parent="1" style="endArrow=none;html=1;rounded=0;strokeWidth=3;entryX=0.289;entryY=0.995;entryDx=0;entryDy=0;entryPerimeter=0;" value="">
          <mxGeometry height="50" relative="1" width="50" as="geometry">
-             <mxPoint x="895.1799999999998" y="335.45" as="sourcePoint" />
-             <mxPoint x="895" y="425.00000000000006" as="targetPoint" />
+             <mxPoint x="985.1799999999998" y="336.7" as="sourcePoint" />
+             <mxPoint x="985" y="426.25000000000006" as="targetPoint" />
          </mxGeometry>
        </mxCell>
        <mxCell id="HWx69ffex-x17Lno-qGl-31" parent="1" style="rounded=0;whiteSpace=wrap;html=1;strokeWidth=3;fillColor=light-dark(#e8b2bf, #ededed);" value="" vertex="1">
-           <mxGeometry height="90" width="390" x="775" y="532.5" as="geometry" />
+           <mxGeometry height="90" width="390" x="865" y="533.75" as="geometry" />
        </mxCell>
        <mxCell id="HWx69ffex-x17Lno-qGl-32" edge="1" parent="1" style="endArrow=none;html=1;rounded=0;strokeWidth=3;entryX=0.289;entryY=0.995;entryDx=0;entryDy=0;entryPerimeter=0;" value="">
          <mxGeometry height="50" relative="1" width="50" as="geometry">
-             <mxPoint x="895.1799999999998" y="532.95" as="sourcePoint" />
-             <mxPoint x="895" y="622.5" as="targetPoint" />
+             <mxPoint x="985.1799999999998" y="534.2" as="sourcePoint" />
+             <mxPoint x="985" y="623.75" as="targetPoint" />
          </mxGeometry>
        </mxCell>
        <mxCell id="HWx69ffex-x17Lno-qGl-34" parent="1" style="text;html=1;whiteSpace=wrap;strokeColor=none;fillColor=none;align=center;verticalAlign=middle;rounded=0;container=0;" value="&lt;b style=&quot;font-size: 13px;&quot;&gt;&lt;font face=&quot;Comic Sans MS&quot;&gt;Data-Efficient Learning&lt;/font&gt;&lt;/b&gt;" vertex="1">
-           <mxGeometry height="20" width="104" x="785" y="275" as="geometry" />
+           <mxGeometry height="20" width="104" x="875" y="276.25" as="geometry" />
        </mxCell>
        <mxCell id="HWx69ffex-x17Lno-qGl-35" parent="1" style="rounded=1;whiteSpace=wrap;html=1;strokeWidth=2;container=0;fillColor=#f8cecc;strokeColor=#000000;" value="&lt;b&gt;&lt;font face=&quot;Comic Sans MS&quot;&gt;Large-Scale Pre-Training&lt;/font&gt;&lt;/b&gt;" vertex="1">
-           <mxGeometry height="30" width="120" x="1035" y="250" as="geometry" />
+           <mxGeometry height="30" width="120" x="1125" y="251.25" as="geometry" />
        </mxCell>
        <mxCell id="HWx69ffex-x17Lno-qGl-37" parent="1" style="rounded=1;whiteSpace=wrap;html=1;strokeWidth=2;container=0;fillColor=#f8cecc;strokeColor=#000000;" value="&lt;font face=&quot;Comic Sans MS&quot;&gt;&lt;b&gt;Few-Shot Learning&lt;/b&gt;&lt;/font&gt;" vertex="1">
-           <mxGeometry height="30" width="120" x="905" y="250" as="geometry" />
+           <mxGeometry height="30" width="120" x="995" y="251.25" as="geometry" />
        </mxCell>
        <mxCell id="HWx69ffex-x17Lno-qGl-38" parent="1" style="rounded=1;whiteSpace=wrap;html=1;strokeWidth=2;container=0;fillColor=#f8cecc;strokeColor=#000000;" value="&lt;b&gt;&lt;font face=&quot;Comic Sans MS&quot;&gt;Offline RL&lt;/font&gt;&lt;/b&gt;" vertex="1">
-           <mxGeometry height="30" width="120" x="905" y="290" as="geometry" />
+           <mxGeometry height="30" width="120" x="995" y="291.25" as="geometry" />
        </mxCell>
        <mxCell id="HWx69ffex-x17Lno-qGl-39" parent="1" style="rounded=1;whiteSpace=wrap;html=1;strokeWidth=2;container=0;fillColor=#f8cecc;strokeColor=#000000;" value="&lt;b&gt;&lt;font face=&quot;Comic Sans MS&quot;&gt;Foundation Model Transfer&lt;/font&gt;&lt;/b&gt;" vertex="1">
-           <mxGeometry height="30" width="120" x="1035" y="290" as="geometry" />
+           <mxGeometry height="30" width="120" x="1125" y="291.25" as="geometry" />
        </mxCell>
        <mxCell id="HWx69ffex-x17Lno-qGl-40" parent="1" style="text;html=1;whiteSpace=wrap;strokeColor=none;fillColor=none;align=center;verticalAlign=middle;rounded=0;container=0;" value="&lt;b style=&quot;font-size: 13px;&quot;&gt;&lt;font face=&quot;Comic Sans MS&quot;&gt;Simulation Transfer&lt;/font&gt;&lt;/b&gt;" vertex="1">
-           <mxGeometry height="20" width="104" x="785" y="370" as="geometry" />
+           <mxGeometry height="20" width="104" x="875" y="371.25" as="geometry" />
        </mxCell>
        <mxCell id="HWx69ffex-x17Lno-qGl-41" parent="1" style="text;html=1;whiteSpace=wrap;strokeColor=none;fillColor=none;align=center;verticalAlign=middle;rounded=0;container=0;" value="&lt;font face=&quot;Comic Sans MS&quot;&gt;&lt;span style=&quot;font-size: 13px;&quot;&gt;&lt;b&gt;Synthetic Data and Augmentation&lt;/b&gt;&lt;/span&gt;&lt;/font&gt;" vertex="1">
-           <mxGeometry height="20" width="104" x="785" y="567.5" as="geometry" />
+           <mxGeometry height="20" width="104" x="875" y="568.75" as="geometry" />
        </mxCell>
        <mxCell id="HWx69ffex-x17Lno-qGl-42" parent="1" style="text;html=1;whiteSpace=wrap;strokeColor=none;fillColor=none;align=center;verticalAlign=middle;rounded=0;container=0;" value="&lt;font face=&quot;Comic Sans MS&quot;&gt;&lt;span style=&quot;font-size: 13px;&quot;&gt;&lt;b&gt;Efficient Collection&lt;/b&gt;&lt;/span&gt;&lt;/font&gt;" vertex="1">
-           <mxGeometry height="20" width="104" x="785" y="467.5" as="geometry" />
+           <mxGeometry height="20" width="104" x="875" y="468.75" as="geometry" />
        </mxCell>
        <mxCell id="HWx69ffex-x17Lno-qGl-43" parent="1" style="rounded=1;whiteSpace=wrap;html=1;strokeWidth=2;container=0;fillColor=#f8cecc;strokeColor=#000000;" value="&lt;font face=&quot;Comic Sans MS&quot;&gt;&lt;b&gt;Domain Randomization&lt;/b&gt;&lt;/font&gt;" vertex="1">
-           <mxGeometry height="30" width="120" x="905" y="345" as="geometry" />
+           <mxGeometry height="30" width="120" x="995" y="346.25" as="geometry" />
        </mxCell>
        <mxCell id="HWx69ffex-x17Lno-qGl-44" parent="1" style="rounded=1;whiteSpace=wrap;html=1;strokeWidth=2;container=0;fillColor=#f8cecc;strokeColor=#000000;" value="&lt;font face=&quot;Comic Sans MS&quot;&gt;&lt;b&gt;Procedural Generation&lt;/b&gt;&lt;/font&gt;" vertex="1">
-           <mxGeometry height="30" width="120" x="965" y="385" as="geometry" />
+           <mxGeometry height="30" width="120" x="1055" y="386.25" as="geometry" />
        </mxCell>
        <mxCell id="HWx69ffex-x17Lno-qGl-45" parent="1" style="rounded=1;whiteSpace=wrap;html=1;strokeWidth=2;container=0;fillColor=#f8cecc;strokeColor=#000000;" value="&lt;font face=&quot;Comic Sans MS&quot;&gt;&lt;b&gt;Domain Adaptation&lt;/b&gt;&lt;/font&gt;" vertex="1">
-           <mxGeometry height="30" width="120" x="1035" y="345" as="geometry" />
+           <mxGeometry height="30" width="120" x="1125" y="346.25" as="geometry" />
        </mxCell>
        <mxCell id="HWx69ffex-x17Lno-qGl-46" parent="1" style="rounded=1;whiteSpace=wrap;html=1;strokeWidth=2;container=0;fillColor=#f8cecc;strokeColor=#000000;" value="&lt;font face=&quot;Comic Sans MS&quot;&gt;&lt;b&gt;Low-Cost Teleoperation&lt;/b&gt;&lt;/font&gt;" vertex="1">
-           <mxGeometry height="30" width="120" x="905" y="442.5" as="geometry" />
+           <mxGeometry height="30" width="120" x="995" y="443.75" as="geometry" />
        </mxCell>
        <mxCell id="HWx69ffex-x17Lno-qGl-47" parent="1" style="rounded=1;whiteSpace=wrap;html=1;strokeWidth=2;container=0;fillColor=#f8cecc;strokeColor=#000000;" value="&lt;font face=&quot;Comic Sans MS&quot;&gt;&lt;b&gt;Data Reuse and Sharing&lt;/b&gt;&lt;/font&gt;" vertex="1">
-           <mxGeometry height="30" width="120" x="1035" y="482.5" as="geometry" />
+           <mxGeometry height="30" width="120" x="1125" y="483.75" as="geometry" />
        </mxCell>
        <mxCell id="HWx69ffex-x17Lno-qGl-48" parent="1" style="rounded=1;whiteSpace=wrap;html=1;strokeWidth=2;container=0;fillColor=#f8cecc;strokeColor=#000000;" value="&lt;font face=&quot;Comic Sans MS&quot;&gt;&lt;b&gt;Autonomous Collection&lt;/b&gt;&lt;/font&gt;" vertex="1">
-           <mxGeometry height="30" width="120" x="905" y="482.5" as="geometry" />
+           <mxGeometry height="30" width="120" x="995" y="483.75" as="geometry" />
        </mxCell>
        <mxCell id="HWx69ffex-x17Lno-qGl-49" parent="1" style="rounded=1;whiteSpace=wrap;html=1;strokeWidth=2;container=0;fillColor=#f8cecc;strokeColor=#000000;" value="&lt;font face=&quot;Comic Sans MS&quot;&gt;&lt;b&gt;Learning from Human Video&lt;/b&gt;&lt;/font&gt;" vertex="1">
-           <mxGeometry height="30" width="120" x="1035" y="442.5" as="geometry" />
+           <mxGeometry height="30" width="120" x="1125" y="443.75" as="geometry" />
        </mxCell>
        <mxCell id="HWx69ffex-x17Lno-qGl-50" parent="1" style="rounded=1;whiteSpace=wrap;html=1;strokeWidth=2;container=0;fillColor=#f8cecc;strokeColor=#000000;" value="&lt;font face=&quot;Comic Sans MS&quot;&gt;&lt;b&gt;Synthesizing from Internet&lt;/b&gt;&lt;/font&gt;" vertex="1">
-           <mxGeometry height="30" width="120" x="965" y="582.5" as="geometry" />
+           <mxGeometry height="30" width="120" x="1055" y="583.75" as="geometry" />
        </mxCell>
        <mxCell id="HWx69ffex-x17Lno-qGl-51" parent="1" style="rounded=1;whiteSpace=wrap;html=1;strokeWidth=2;container=0;fillColor=#f8cecc;strokeColor=#000000;" value="&lt;font face=&quot;Comic Sans MS&quot;&gt;&lt;b&gt;LLM-Driven Imaginary&lt;/b&gt;&lt;/font&gt;" vertex="1">
-           <mxGeometry height="30" width="120" x="1035" y="542.5" as="geometry" />
+           <mxGeometry height="30" width="120" x="1125" y="543.75" as="geometry" />
        </mxCell>
        <mxCell id="HWx69ffex-x17Lno-qGl-52" parent="1" style="rounded=1;whiteSpace=wrap;html=1;strokeWidth=2;container=0;fillColor=#f8cecc;strokeColor=#000000;" value="&lt;font face=&quot;Comic Sans MS&quot;&gt;&lt;b&gt;Video Diffusion&lt;/b&gt;&lt;/font&gt;" vertex="1">
-           <mxGeometry height="30" width="120" x="905" y="542.5" as="geometry" />
+           <mxGeometry height="30" width="120" x="995" y="543.75" as="geometry" />
        </mxCell>
        <mxCell id="HWx69ffex-x17Lno-qGl-62" parent="1" style="rounded=1;whiteSpace=wrap;html=1;strokeWidth=2;container=0;fillColor=#e1d5e7;strokeColor=#000000;" value="&lt;font face=&quot;Comic Sans MS&quot;&gt;&lt;b&gt;Autonomous Driving&lt;/b&gt;&lt;/font&gt;" vertex="1">
          <mxGeometry height="30" width="120" x="-133" y="820" as="geometry" />
        </mxCell>
        <mxCell id="HWx69ffex-x17Lno-qGl-63" parent="1" style="rounded=1;whiteSpace=wrap;html=1;strokeWidth=2;container=0;fillColor=#e1d5e7;strokeColor=#000000;" value="&lt;font face=&quot;Comic Sans MS&quot;&gt;&lt;b&gt;Healthcare and Surgical Robotics&lt;/b&gt;&lt;/font&gt;" vertex="1">
          <mxGeometry height="30" width="120" x="-133" y="860" as="geometry" />
        </mxCell>
        <mxCell id="HWx69ffex-x17Lno-qGl-64" parent="1" style="rounded=1;whiteSpace=wrap;html=1;strokeWidth=2;container=0;fillColor=#e1d5e7;strokeColor=#000000;" value="&lt;font face=&quot;Comic Sans MS&quot;&gt;&lt;b&gt;Agricultural Robotics&lt;/b&gt;&lt;/font&gt;" vertex="1">
          <mxGeometry height="30" width="120" x="253" y="820" as="geometry" />
        </mxCell>
        <mxCell id="HWx69ffex-x17Lno-qGl-65" parent="1" style="rounded=1;whiteSpace=wrap;html=1;strokeWidth=2;container=0;fillColor=#e1d5e7;strokeColor=#000000;" value="&lt;font face=&quot;Comic Sans MS&quot;&gt;&lt;b&gt;Warehouse and Logistics&lt;/b&gt;&lt;/font&gt;" vertex="1">
          <mxGeometry height="30" width="120" x="127" y="820" as="geometry" />
        </mxCell>
        <mxCell id="HWx69ffex-x17Lno-qGl-66" parent="1" style="rounded=1;whiteSpace=wrap;html=1;strokeWidth=2;container=0;fillColor=#e1d5e7;strokeColor=#000000;" value="&lt;font face=&quot;Comic Sans MS&quot;&gt;&lt;b&gt;Home Service Robotics&lt;/b&gt;&lt;/font&gt;" vertex="1">
          <mxGeometry height="30" width="120" x="-3" y="860" as="geometry" />
        </mxCell>
        <mxCell id="HWx69ffex-x17Lno-qGl-67" parent="1" style="rounded=1;whiteSpace=wrap;html=1;strokeWidth=2;container=0;fillColor=#e1d5e7;strokeColor=#000000;" value="&lt;font face=&quot;Comic Sans MS&quot;&gt;&lt;b&gt;Industrial Manufacturing&lt;/b&gt;&lt;/font&gt;" vertex="1">
          <mxGeometry height="30" width="120" x="-2" y="820" as="geometry" />
        </mxCell>
        <mxCell id="HWx69ffex-x17Lno-qGl-69" parent="1" style="rounded=1;whiteSpace=wrap;html=1;strokeWidth=2;container=0;fillColor=#e1d5e7;strokeColor=#000000;" value="&lt;font face=&quot;Comic Sans MS&quot;&gt;&lt;b&gt;Inspection and Infrastructure&lt;/b&gt;&lt;/font&gt;" vertex="1">
          <mxGeometry height="30" width="120" x="253" y="860" as="geometry" />
        </mxCell>
        <mxCell id="HWx69ffex-x17Lno-qGl-70" parent="1" style="rounded=1;whiteSpace=wrap;html=1;strokeWidth=2;container=0;fillColor=#e1d5e7;strokeColor=#000000;" value="&lt;font face=&quot;Comic Sans MS&quot;&gt;&lt;b&gt;Construction Robotics&lt;/b&gt;&lt;/font&gt;" vertex="1">
          <mxGeometry height="30" width="120" x="127" y="860" as="geometry" />
        </mxCell>
        <mxCell id="HWx69ffex-x17Lno-qGl-73" parent="1" style="rounded=1;whiteSpace=wrap;html=1;strokeWidth=2;container=0;fillColor=#C6F8EF;strokeColor=#000000;gradientColor=none;" value="&lt;font face=&quot;Comic Sans MS&quot;&gt;&lt;b&gt;Simulation Platforms&lt;/b&gt;&lt;/font&gt;" vertex="1">
          <mxGeometry height="30" width="120" x="431" y="820" as="geometry" />
        </mxCell>
        <mxCell id="HWx69ffex-x17Lno-qGl-74" parent="1" style="rounded=1;whiteSpace=wrap;html=1;strokeWidth=2;container=0;fillColor=#C6F8EF;strokeColor=#000000;gradientColor=none;" value="&lt;font face=&quot;Comic Sans MS&quot;&gt;&lt;b&gt;Manipulation Benchmarks&lt;/b&gt;&lt;/font&gt;" vertex="1">
          <mxGeometry height="30" width="120" x="560" y="820" as="geometry" />
        </mxCell>
        <mxCell id="HWx69ffex-x17Lno-qGl-75" parent="1" style="rounded=1;whiteSpace=wrap;html=1;strokeWidth=2;container=0;fillColor=#C6F8EF;strokeColor=#000000;gradientColor=none;" value="&lt;font face=&quot;Comic Sans MS&quot;&gt;&lt;b&gt;Large-Scale Datasets&lt;/b&gt;&lt;/font&gt;" vertex="1">
          <mxGeometry height="30" width="120" x="690" y="820" as="geometry" />
        </mxCell>
        <mxCell id="HWx69ffex-x17Lno-qGl-76" parent="1" style="rounded=1;whiteSpace=wrap;html=1;strokeWidth=2;container=0;fillColor=#C6F8EF;strokeColor=#000000;gradientColor=none;" value="&lt;font face=&quot;Comic Sans MS&quot;&gt;&lt;b&gt;Efficiency Benchmarks&lt;/b&gt;&lt;/font&gt;" vertex="1">
          <mxGeometry height="30" width="120" x="620" y="860" as="geometry" />
        </mxCell>
        <mxCell id="HWx69ffex-x17Lno-qGl-77" parent="1" style="rounded=1;whiteSpace=wrap;html=1;strokeWidth=2;container=0;fillColor=#C6F8EF;strokeColor=#000000;gradientColor=none;" value="&lt;font face=&quot;Comic Sans MS&quot;&gt;&lt;b&gt;Sim-to-Real Evaluation&lt;/b&gt;&lt;/font&gt;" vertex="1">
          <mxGeometry height="30" width="120" x="490" y="860" as="geometry" />
        </mxCell>
-         <mxCell id="HWx69ffex-x17Lno-qGl-79" parent="1" style="rounded=1;whiteSpace=wrap;html=1;strokeWidth=2;container=0;fillColor=#E6E6E6;strokeColor=#000000;gradientColor=none;" value="&lt;font face=&quot;Comic Sans MS&quot;&gt;&lt;b&gt;Large-Scale Datasets&lt;/b&gt;&lt;/font&gt;" vertex="1">
+         <mxCell id="HWx69ffex-x17Lno-qGl-79" parent="1" style="rounded=1;whiteSpace=wrap;html=1;strokeWidth=2;container=0;fillColor=#E6E6E6;strokeColor=#000000;gradientColor=none;" value="&lt;font face=&quot;Comic Sans MS&quot;&gt;&lt;b&gt;Efficiency Frontier&lt;/b&gt;&lt;/font&gt;" vertex="1">
          <mxGeometry height="30" width="120" x="860" y="820" as="geometry" />
+         </mxCell>
+         <mxCell id="HWx69ffex-x17Lno-qGl-80" parent="1" style="rounded=1;whiteSpace=wrap;html=1;strokeWidth=2;container=0;fillColor=#E6E6E6;strokeColor=#000000;gradientColor=none;" value="&lt;font face=&quot;Comic Sans MS&quot;&gt;&lt;b&gt;Efficiency Trilemma&lt;/b&gt;&lt;/font&gt;" vertex="1">
+           <mxGeometry height="30" width="120" x="990" y="820" as="geometry" />
+         </mxCell>
+         <mxCell id="HWx69ffex-x17Lno-qGl-81" parent="1" style="rounded=1;whiteSpace=wrap;html=1;strokeWidth=2;container=0;fillColor=#E6E6E6;strokeColor=#000000;gradientColor=none;" value="&lt;font face=&quot;Comic Sans MS&quot;&gt;&lt;b&gt;The Efficiency Frontier&lt;/b&gt;&lt;/font&gt;" vertex="1">
+           <mxGeometry height="30" width="120" x="1440" y="870" as="geometry" />
+         </mxCell>
+         <mxCell id="HWx69ffex-x17Lno-qGl-82" parent="1" style="rounded=1;whiteSpace=wrap;html=1;strokeWidth=2;container=0;fillColor=#E6E6E6;strokeColor=#000000;gradientColor=none;" value="&lt;font face=&quot;Comic Sans MS&quot;&gt;&lt;b&gt;The Efficiency Frontier&lt;/b&gt;&lt;/font&gt;" vertex="1">
+           <mxGeometry height="30" width="120" x="1120.5" y="820" as="geometry" />
+         </mxCell>
+         <mxCell id="HWx69ffex-x17Lno-qGl-85" parent="1" style="rounded=1;whiteSpace=wrap;html=1;strokeWidth=2;container=0;fillColor=#E6E6E6;strokeColor=#000000;gradientColor=none;" value="&lt;font face=&quot;Comic Sans MS&quot;&gt;&lt;b&gt;The Efficiency Frontier&lt;/b&gt;&lt;/font&gt;" vertex="1">
+           <mxGeometry height="30" width="120" x="1440" y="730" as="geometry" />
+         </mxCell>
+         <mxCell id="HWx69ffex-x17Lno-qGl-86" parent="1" style="rounded=1;whiteSpace=wrap;html=1;strokeWidth=2;container=0;fillColor=#E6E6E6;strokeColor=#000000;gradientColor=none;" value="&lt;font face=&quot;Comic Sans MS&quot;&gt;&lt;b&gt;The Efficiency Frontier&lt;/b&gt;&lt;/font&gt;" vertex="1">
+           <mxGeometry height="30" width="120" x="1320" y="820" as="geometry" />
        </mxCell>
      </root>
    </mxGraphModel>
  </diagram>
</mxfile>
